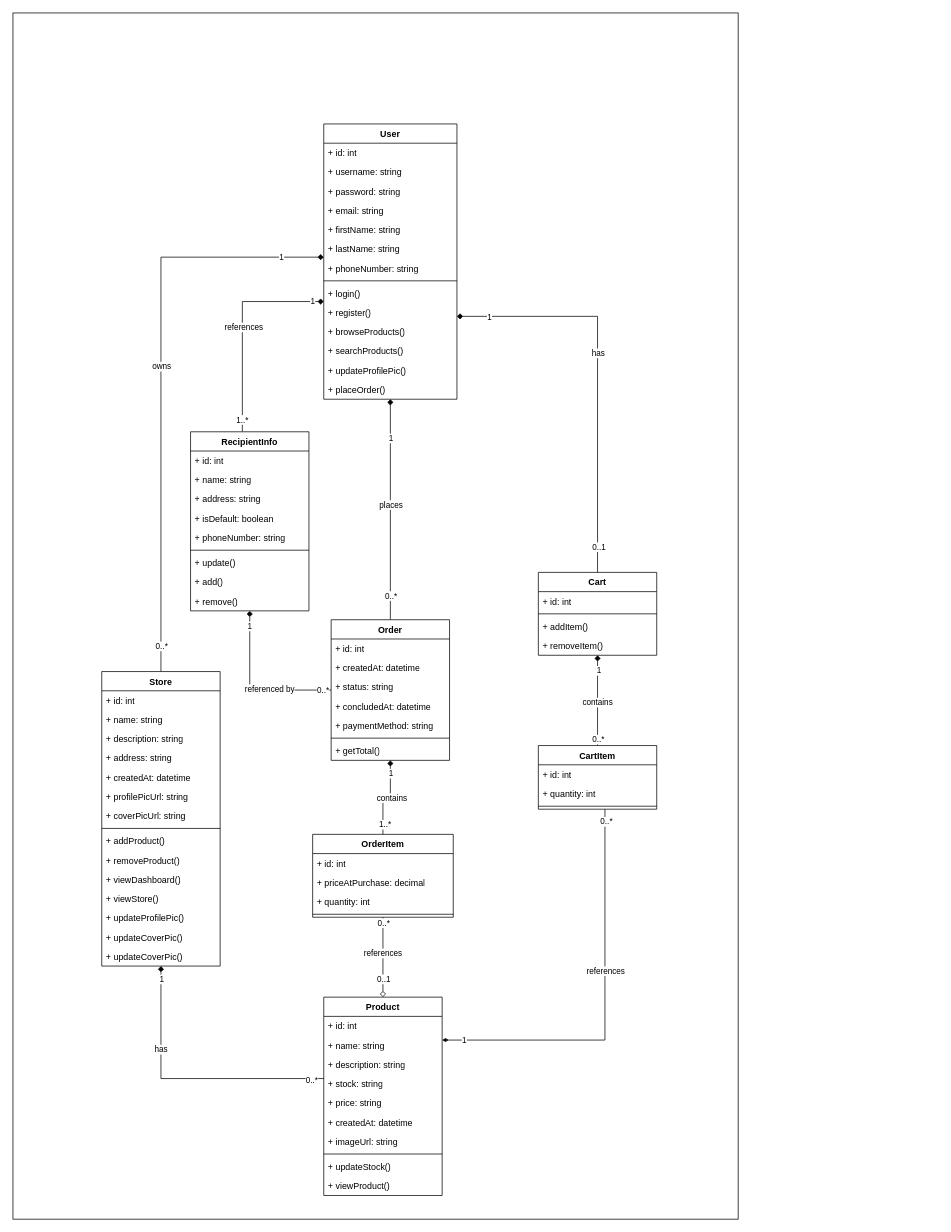
RHILIUS/drawio keeps this draw.io diagram as page "Class Diagram" (2 of 2) of E-Commerce API Use-case diagram.drawio. Above is the earlier version. Source tidied: cells renumbered, new cells numbered last; positions are measured from the earlier drawing's top-left corner, leaving out a move shared by most shapes. Both pictures are drawn from the tidied source at 74%, with x=0, y=0 at pixel (13, 13).
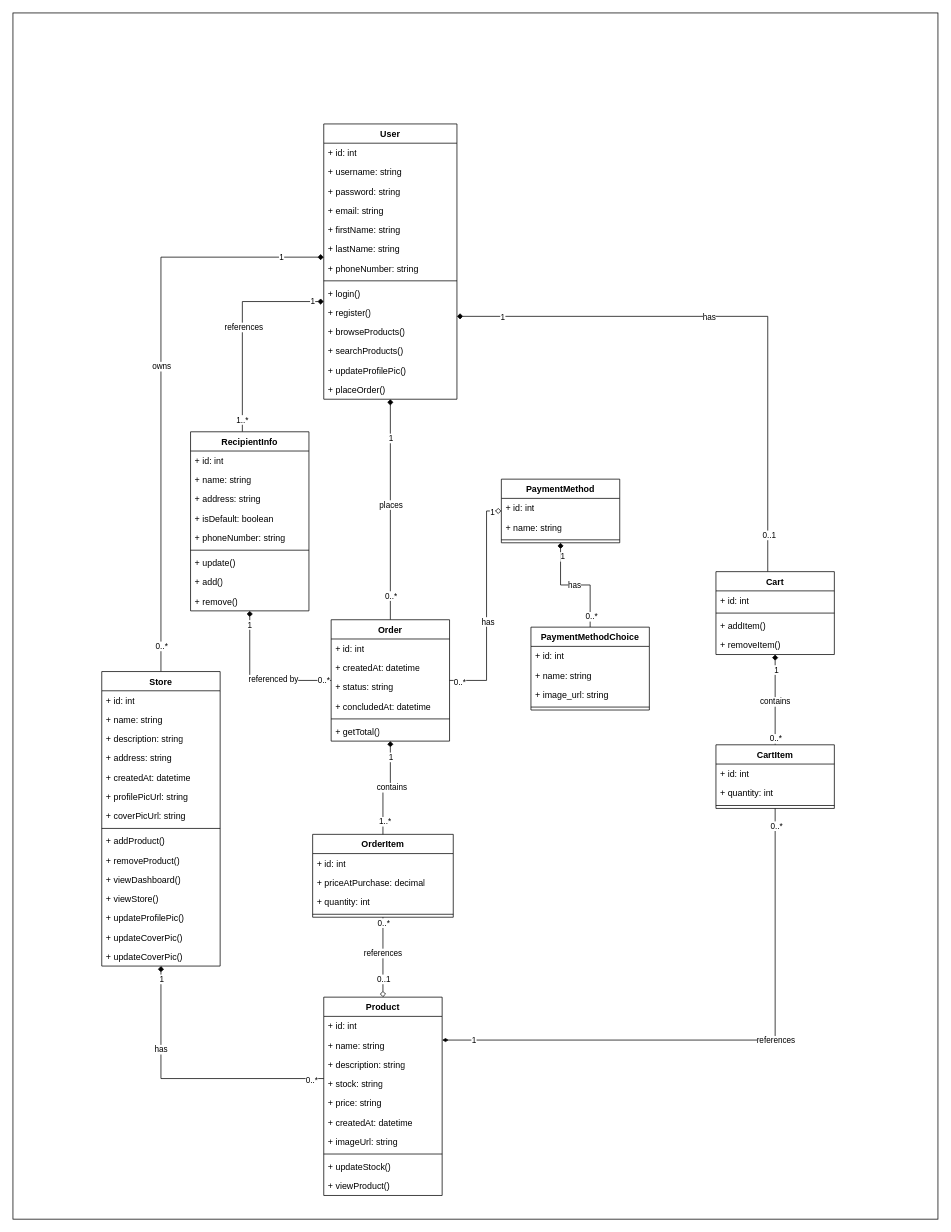
The same diagram, later.

Commit message:
feat: implement PaymentMethod and PaymentMethodChoice classes instead of a field option in Order class

Unchanged cells that the change refers to:
```xml
<mxCell id="39" value="Product" style="swimlane;fontStyle=1;align=center;verticalAlign=top;horizontal=1;startSize=26;whiteSpace=wrap;html=1;" parent="1" vertex="1">
  <mxGeometry x="420" y="1330" width="160" height="268" as="geometry" />
</mxCell>
```

Diff of the diagram source:
```diff
@@
     <mxCell id="2" style="rounded=0;whiteSpace=wrap;html=1;" parent="1" vertex="1">
-      <mxGeometry width="980" height="1630" as="geometry" />
+      <mxGeometry width="1250" height="1630" as="geometry" />
     </mxCell>
@@
     <mxCell id="18" style="edgeStyle=orthogonalEdgeStyle;rounded=0;jettySize=auto;html=1;endArrow=diamond;endFill=1;" parent="1" edge="1" source="22">
       <mxGeometry relative="1" as="geometry">
         <mxPoint x="600" y="410" as="targetPoint" />
         <Array as="points">
-          <mxPoint x="790" y="410" />
+          <mxPoint x="1020" y="410" />
         </Array>
       </mxGeometry>
     </mxCell>
@@
     <mxCell id="22" value="Cart" style="swimlane;fontStyle=1;align=center;verticalAlign=top;horizontal=1;startSize=26;whiteSpace=wrap;html=1;" parent="1" vertex="1">
-      <mxGeometry x="710" y="756" width="160" height="112" as="geometry" />
+      <mxGeometry x="950" y="755" width="160" height="112" as="geometry" />
     </mxCell>
@@
     <mxCell id="31" style="edgeStyle=orthogonalEdgeStyle;rounded=0;jettySize=auto;html=1;endArrow=diamondThin;endFill=1;" parent="1" edge="1" source="35" target="39">
       <mxGeometry relative="1" as="geometry">
         <Array as="points">
-          <mxPoint x="800" y="1388" />
+          <mxPoint x="1030" y="1388" />
         </Array>
       </mxGeometry>
     </mxCell>
@@
     <mxCell id="35" value="CartItem" style="swimlane;fontStyle=1;align=center;verticalAlign=top;horizontal=1;startSize=26;whiteSpace=wrap;html=1;" parent="1" vertex="1">
-      <mxGeometry x="710" y="990" width="160" height="86" as="geometry" />
+      <mxGeometry x="950" y="989" width="160" height="86" as="geometry" />
     </mxCell>
@@
+    <mxCell id="117" style="edgeStyle=orthogonalEdgeStyle;rounded=0;jettySize=auto;html=1;endArrow=diamond;endFill=0;" parent="1" edge="1" source="58" target="121">
+      <mxGeometry relative="1" as="geometry">
+        <Array as="points">
+          <mxPoint x="640" y="902" />
+          <mxPoint x="640" y="673" />
+        </Array>
+      </mxGeometry>
+    </mxCell>
+    <mxCell id="118" value="has" style="edgeLabel;html=1;align=center;verticalAlign=middle;" parent="117" vertex="1">
+      <mxGeometry x="-0.13" y="-1" relative="1" as="geometry" />
+    </mxCell>
+    <mxCell id="119" value="1" style="edgeLabel;html=1;align=center;verticalAlign=middle;" parent="117" vertex="1">
+      <mxGeometry x="0.91" y="-1" relative="1" as="geometry" />
+    </mxCell>
+    <mxCell id="120" value="0..*" style="edgeLabel;html=1;align=center;verticalAlign=middle;" parent="117" vertex="1">
+      <mxGeometry x="-0.91" y="-1" relative="1" as="geometry" />
+    </mxCell>
     <mxCell id="58" value="Order" style="swimlane;fontStyle=1;align=center;verticalAlign=top;horizontal=1;startSize=26;whiteSpace=wrap;html=1;" parent="1" vertex="1">
-      <mxGeometry x="430" y="820" width="160" height="190" as="geometry" />
+      <mxGeometry x="430" y="820" width="160" height="164" as="geometry" />
     </mxCell>
@@
-    <mxCell id="63" value="+ paymentMethod: string" style="text;strokeColor=none;fillColor=none;align=left;verticalAlign=top;spacingLeft=4;spacingRight=4;overflow=hidden;whiteSpace=wrap;html=1;" parent="58" vertex="1">
-      <mxGeometry y="130" width="160" height="26" as="geometry" />
-    </mxCell>
     <mxCell id="64" style="line;strokeWidth=1;fillColor=none;align=left;verticalAlign=middle;spacingTop=-1;spacingLeft=3;spacingRight=3;labelPosition=right;strokeColor=inherit;" parent="58" vertex="1">
-      <mxGeometry y="156" width="160" height="8" as="geometry" />
+      <mxGeometry y="130" width="160" height="8" as="geometry" />
     </mxCell>
     <mxCell id="65" value="+ getTotal()" style="text;strokeColor=none;fillColor=none;align=left;verticalAlign=top;spacingLeft=4;spacingRight=4;overflow=hidden;whiteSpace=wrap;html=1;" parent="58" vertex="1">
-      <mxGeometry y="164" width="160" height="26" as="geometry" />
+      <mxGeometry y="138" width="160" height="26" as="geometry" />
     </mxCell>
@@
+    <mxCell id="121" value="PaymentMethod" style="swimlane;fontStyle=1;align=center;verticalAlign=top;horizontal=1;startSize=26;whiteSpace=wrap;html=1;" parent="1" vertex="1">
+      <mxGeometry x="660" y="630" width="160" height="86" as="geometry" />
+    </mxCell>
+    <mxCell id="122" value="+ id: int" style="text;strokeColor=none;fillColor=none;align=left;verticalAlign=top;spacingLeft=4;spacingRight=4;overflow=hidden;whiteSpace=wrap;html=1;" parent="121" vertex="1">
+      <mxGeometry y="26" width="160" height="26" as="geometry" />
+    </mxCell>
+    <mxCell id="123" value="+ name: string" style="text;strokeColor=none;fillColor=none;align=left;verticalAlign=top;spacingLeft=4;spacingRight=4;overflow=hidden;whiteSpace=wrap;html=1;" parent="121" vertex="1">
+      <mxGeometry y="52" width="160" height="26" as="geometry" />
+    </mxCell>
+    <mxCell id="124" style="line;strokeWidth=1;fillColor=none;align=left;verticalAlign=middle;spacingTop=-1;spacingLeft=3;spacingRight=3;labelPosition=right;strokeColor=inherit;" parent="121" vertex="1">
+      <mxGeometry y="78" width="160" height="8" as="geometry" />
+    </mxCell>
+    <mxCell id="125" style="edgeStyle=orthogonalEdgeStyle;rounded=0;jettySize=auto;html=1;endArrow=diamond;endFill=1;" parent="1" edge="1" source="129" target="121">
+      <mxGeometry relative="1" as="geometry" />
+    </mxCell>
+    <mxCell id="126" value="1" style="edgeLabel;html=1;align=center;verticalAlign=middle;" parent="125" vertex="1">
+      <mxGeometry x="0.76" y="-1" relative="1" as="geometry">
+        <mxPoint x="1" as="offset" />
+      </mxGeometry>
+    </mxCell>
+    <mxCell id="127" value="has" style="edgeLabel;html=1;align=center;verticalAlign=middle;" parent="125" vertex="1">
+      <mxGeometry x="0.03" relative="1" as="geometry" />
+    </mxCell>
+    <mxCell id="128" value="0..*" style="edgeLabel;html=1;align=center;verticalAlign=middle;" parent="125" vertex="1">
+      <mxGeometry x="-0.8" relative="1" as="geometry">
+        <mxPoint x="1" as="offset" />
+      </mxGeometry>
+    </mxCell>
+    <mxCell id="129" value="PaymentMethodChoice" style="swimlane;fontStyle=1;align=center;verticalAlign=top;horizontal=1;startSize=26;whiteSpace=wrap;html=1;" parent="1" vertex="1">
+      <mxGeometry x="700" y="830" width="160" height="112" as="geometry" />
+    </mxCell>
+    <mxCell id="130" value="+ id: int" style="text;strokeColor=none;fillColor=none;align=left;verticalAlign=top;spacingLeft=4;spacingRight=4;overflow=hidden;whiteSpace=wrap;html=1;" parent="129" vertex="1">
+      <mxGeometry y="26" width="160" height="26" as="geometry" />
+    </mxCell>
+    <mxCell id="131" value="+ name: string" style="text;strokeColor=none;fillColor=none;align=left;verticalAlign=top;spacingLeft=4;spacingRight=4;overflow=hidden;whiteSpace=wrap;html=1;" parent="129" vertex="1">
+      <mxGeometry y="52" width="160" height="26" as="geometry" />
+    </mxCell>
+    <mxCell id="132" value="+ image_url: string" style="text;strokeColor=none;fillColor=none;align=left;verticalAlign=top;spacingLeft=4;spacingRight=4;overflow=hidden;whiteSpace=wrap;html=1;" parent="129" vertex="1">
+      <mxGeometry y="78" width="160" height="26" as="geometry" />
+    </mxCell>
+    <mxCell id="133" style="line;strokeWidth=1;fillColor=none;align=left;verticalAlign=middle;spacingTop=-1;spacingLeft=3;spacingRight=3;labelPosition=right;strokeColor=inherit;" parent="129" vertex="1">
+      <mxGeometry y="104" width="160" height="8" as="geometry" />
+    </mxCell>
```
